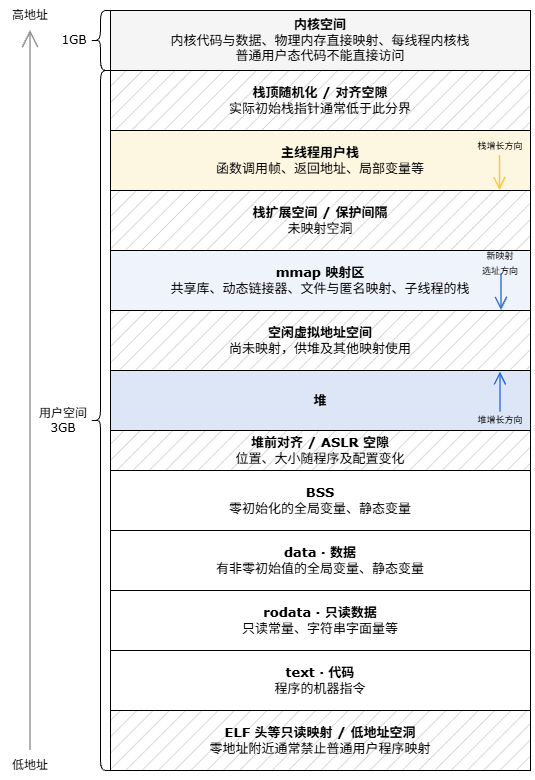
Earlier version of the draw.io export os/32位Linux进程虚拟地址空间布局.drawio.png (oHo404/imgrepo). Source tidied: cells renumbered, new cells last; positions are measured from the earlier drawing's top-left corner, leaving out a move shared by most shapes.
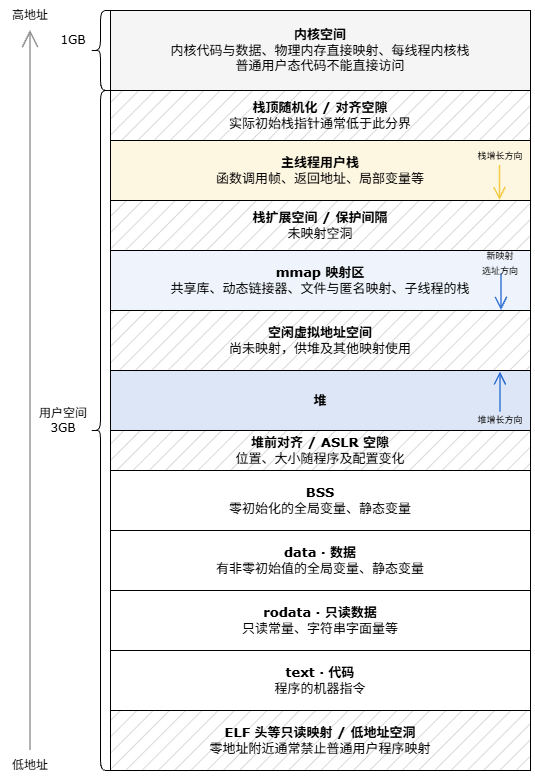
Above is the later version.

Commit message:
更新32位Linux进程虚拟地址空间布局.drawio.png

Change to the diagram source:
```diff
@@ -3,7 +3,7 @@
     <mxCell id="0" />
     <mxCell id="1" parent="0" />
     <mxCell id="2" value="&lt;font style=&quot;font-size: 13px;&quot; face=&quot;Verdana&quot;&gt;&lt;b&gt;栈顶随机化 / 对齐空隙&lt;/b&gt;&lt;/font&gt;&lt;div&gt;&lt;font style=&quot;font-size: 13px;&quot; face=&quot;Verdana&quot;&gt;实际初始栈指针通常低于此分界&lt;/font&gt;&lt;/div&gt;" style="rounded=0;whiteSpace=wrap;html=1;fillStyle=hatch;fillColor=#CCCCCC;" parent="1" vertex="1">
-      <mxGeometry x="110" y="70" width="420" height="60" as="geometry" />
+      <mxGeometry x="110" y="90" width="420" height="50" as="geometry" />
     </mxCell>
     <mxCell id="3" value="&lt;font style=&quot;font-size: 13px;&quot; face=&quot;Verdana&quot;&gt;&lt;b&gt;ELF 头等只读映射 / 低地址空洞&lt;/b&gt;&lt;/font&gt;&lt;div&gt;&lt;font style=&quot;font-size: 13px;&quot; face=&quot;Verdana&quot;&gt;零地址附近通常禁止普通用户程序映射&lt;/font&gt;&lt;/div&gt;" style="rounded=0;whiteSpace=wrap;html=1;fillStyle=hatch;fillColor=#CCCCCC;" parent="1" vertex="1">
       <mxGeometry x="110" y="710" width="420" height="60" as="geometry" />
@@ -33,7 +33,7 @@
       <mxGeometry x="110" y="250" width="420" height="60" as="geometry" />
     </mxCell>
     <mxCell id="12" value="&lt;font style=&quot;font-size: 13px;&quot; face=&quot;Verdana&quot;&gt;&lt;b&gt;栈扩展空间 / 保护间隔&lt;/b&gt;&lt;/font&gt;&lt;div&gt;&lt;font style=&quot;font-size: 13px;&quot; face=&quot;Verdana&quot;&gt;未映射空洞&lt;/font&gt;&lt;/div&gt;" style="rounded=0;whiteSpace=wrap;html=1;fillStyle=hatch;fillColor=#CCCCCC;" parent="1" vertex="1">
-      <mxGeometry x="110" y="190" width="420" height="60" as="geometry" />
+      <mxGeometry x="110" y="200" width="420" height="50" as="geometry" />
     </mxCell>
     <mxCell id="13" style="group;" parent="1" vertex="1">
       <mxGeometry x="470" y="371.5" width="60" height="57" as="geometry" />
@@ -60,10 +60,10 @@
       <mxGeometry width="60" height="23.7" as="geometry" />
     </mxCell>
     <mxCell id="19" value="&lt;font style=&quot;font-size: 13px;&quot; face=&quot;Verdana&quot;&gt;&lt;b&gt;主线程用户栈&lt;/b&gt;&lt;/font&gt;&lt;div&gt;&lt;font style=&quot;font-size: 13px;&quot; face=&quot;Verdana&quot;&gt;函数调用帧、返回地址、局部变量等&lt;/font&gt;&lt;/div&gt;" style="rounded=0;whiteSpace=wrap;html=1;fillColor=#FDF6E1;strokeColor=#000000;" parent="1" vertex="1">
-      <mxGeometry x="110" y="130" width="420" height="60" as="geometry" />
+      <mxGeometry x="110" y="140" width="420" height="60" as="geometry" />
     </mxCell>
     <mxCell id="20" style="group;" parent="1" vertex="1">
-      <mxGeometry x="465" y="130" width="70" height="60" as="geometry" />
+      <mxGeometry x="465" y="140" width="70" height="60" as="geometry" />
     </mxCell>
     <mxCell id="21" style="edgeStyle=none;rounded=0;html=0;endArrow=open;endFill=0;endSize=10;strokeColor=#F4C943;strokeWidth=1.5;" parent="20" edge="1">
       <mxGeometry relative="1" as="geometry">
@@ -74,22 +74,13 @@
     <mxCell id="22" value="&lt;font style=&quot;font-size: 9px;&quot;&gt;栈增长方向&lt;/font&gt;" style="text;html=1;whiteSpace=wrap;strokeColor=none;fillColor=none;align=center;verticalAlign=middle;rounded=0;" parent="20" vertex="1">
       <mxGeometry width="70" height="30" as="geometry" />
     </mxCell>
-    <mxCell id="23" value="&lt;font style=&quot;font-size: 13px;&quot; face=&quot;Verdana&quot;&gt;&lt;b&gt;内核空间&lt;/b&gt;&lt;/font&gt;&lt;div&gt;&lt;font style=&quot;font-size: 13px;&quot; face=&quot;Verdana&quot;&gt;内核代码与数据、物理内存直接映射、每线程内核栈&lt;/font&gt;&lt;/div&gt;&lt;div&gt;&lt;font style=&quot;font-size: 13px;&quot; face=&quot;Verdana&quot;&gt;普通用户态代码不能直接访问&lt;/font&gt;&lt;/div&gt;" style="rounded=0;whiteSpace=wrap;html=1;fillColor=#F5F5F5;" parent="1" vertex="1">
-      <mxGeometry x="110" y="10" width="420" height="60" as="geometry" />
-    </mxCell>
     <mxCell id="24" style="edgeStyle=none;rounded=0;html=0;endArrow=open;endFill=0;endSize=14;strokeColor=#8E8F90;strokeWidth=1.5;exitX=0.5;exitY=0;exitDx=0;exitDy=0;" parent="1" edge="1" source="29">
       <mxGeometry relative="1" as="geometry">
         <mxPoint x="30" y="30" as="targetPoint" />
       </mxGeometry>
     </mxCell>
-    <mxCell id="25" style="shape=curlyBracket;whiteSpace=wrap;html=1;rounded=1;labelPosition=left;verticalLabelPosition=middle;align=right;verticalAlign=middle;" parent="1" vertex="1">
-      <mxGeometry x="90" y="10" width="20" height="60" as="geometry" />
-    </mxCell>
-    <mxCell id="26" value="&lt;font face=&quot;Verdana&quot;&gt;1GB&lt;/font&gt;" style="text;html=1;whiteSpace=wrap;strokeColor=none;fillColor=none;align=center;verticalAlign=middle;rounded=0;" parent="1" vertex="1">
-      <mxGeometry x="44" y="25" width="60" height="30" as="geometry" />
-    </mxCell>
     <mxCell id="27" style="shape=curlyBracket;whiteSpace=wrap;html=1;rounded=1;labelPosition=left;verticalLabelPosition=middle;align=right;verticalAlign=middle;" parent="1" vertex="1">
-      <mxGeometry x="90" y="70" width="20" height="700" as="geometry" />
+      <mxGeometry x="90" y="90" width="20" height="680" as="geometry" />
     </mxCell>
     <mxCell id="28" value="&lt;font face=&quot;Verdana&quot;&gt;用户空间&lt;/font&gt;&lt;div&gt;&lt;font face=&quot;Verdana&quot;&gt;3GB&lt;/font&gt;&lt;/div&gt;" style="text;html=1;whiteSpace=wrap;strokeColor=none;fillColor=none;align=center;verticalAlign=middle;rounded=0;" parent="1" vertex="1">
       <mxGeometry x="33" y="405" width="60" height="30" as="geometry" />
@@ -100,5 +91,20 @@
     <mxCell id="30" value="&lt;font face=&quot;Verdana&quot;&gt;高地址&lt;/font&gt;" style="text;html=1;whiteSpace=wrap;strokeColor=none;fillColor=none;align=center;verticalAlign=middle;rounded=0;" parent="1" vertex="1">
       <mxGeometry width="60" height="30" as="geometry" />
     </mxCell>
+    <mxCell id="31" style="group;" parent="1" vertex="1">
+      <mxGeometry x="43" width="487" height="80" as="geometry" />
+    </mxCell>
+    <mxCell id="26" value="&lt;font face=&quot;Verdana&quot;&gt;1GB&lt;/font&gt;" style="text;html=1;whiteSpace=wrap;strokeColor=none;fillColor=none;align=center;verticalAlign=middle;rounded=0;" parent="31" vertex="1">
+      <mxGeometry y="25" width="60" height="30" as="geometry" />
+    </mxCell>
+    <mxCell id="32" style="group;" parent="31" vertex="1">
+      <mxGeometry x="47" y="10" width="440" height="80" as="geometry" />
+    </mxCell>
+    <mxCell id="23" value="&lt;font style=&quot;font-size: 13px;&quot; face=&quot;Verdana&quot;&gt;&lt;b&gt;内核空间&lt;/b&gt;&lt;/font&gt;&lt;div&gt;&lt;font style=&quot;font-size: 13px;&quot; face=&quot;Verdana&quot;&gt;内核代码与数据、物理内存直接映射、每线程内核栈&lt;/font&gt;&lt;/div&gt;&lt;div&gt;&lt;font style=&quot;font-size: 13px;&quot; face=&quot;Verdana&quot;&gt;普通用户态代码不能直接访问&lt;/font&gt;&lt;/div&gt;" style="rounded=0;whiteSpace=wrap;html=1;fillColor=#F5F5F5;" parent="32" vertex="1">
+      <mxGeometry x="20" width="420" height="80" as="geometry" />
+    </mxCell>
+    <mxCell id="25" style="shape=curlyBracket;whiteSpace=wrap;html=1;rounded=1;labelPosition=left;verticalLabelPosition=middle;align=right;verticalAlign=middle;" parent="32" vertex="1">
+      <mxGeometry width="20" height="80" as="geometry" />
+    </mxCell>
   </root>
 </mxGraphModel>
```
